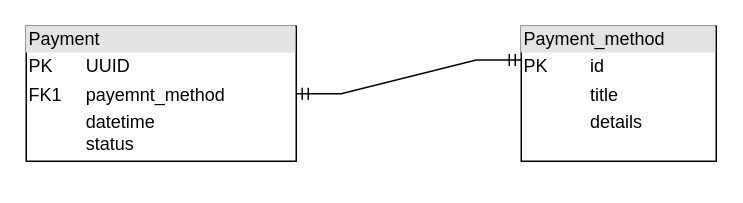
manniloff/EShop keeps this draw.io diagram as util/Payment db schema.drawio. Above is the earlier version. Source tidied: cells renumbered, new cells numbered last; positions are measured from the earlier drawing's top-left corner, leaving out a move shared by most shapes. Both pictures are drawn from the tidied source at 150%, with x=0, y=0 at pixel (26, 26).
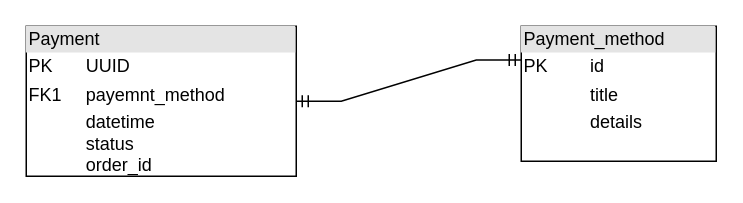
The same diagram, later.

Change to the diagram source:
```diff
@@
 <mxGraphModel>
   <root>
     <mxCell id="0" />
     <mxCell id="1" parent="0" />
-    <mxCell id="2" value="&lt;div style=&quot;box-sizing:border-box;width:100%;background:#e4e4e4;padding:2px;&quot;&gt;Payment&lt;/div&gt;&lt;table style=&quot;width:100%;font-size:1em;&quot; cellpadding=&quot;2&quot; cellspacing=&quot;0&quot;&gt;&lt;tbody&gt;&lt;tr&gt;&lt;td&gt;PK&lt;/td&gt;&lt;td&gt;UUID&lt;/td&gt;&lt;/tr&gt;&lt;tr&gt;&lt;td&gt;FK1&lt;/td&gt;&lt;td&gt;payemnt_method&lt;/td&gt;&lt;/tr&gt;&lt;tr&gt;&lt;td&gt;&lt;/td&gt;&lt;td&gt;datetime&lt;br&gt;status&lt;br&gt;&lt;br&gt;&lt;/td&gt;&lt;/tr&gt;&lt;/tbody&gt;&lt;/table&gt;" style="verticalAlign=top;align=left;overflow=fill;html=1;" parent="1" vertex="1">
-      <mxGeometry width="180" height="90" as="geometry" />
+    <mxCell id="2" value="&lt;div style=&quot;box-sizing:border-box;width:100%;background:#e4e4e4;padding:2px;&quot;&gt;Payment&lt;/div&gt;&lt;table style=&quot;width:100%;font-size:1em;&quot; cellpadding=&quot;2&quot; cellspacing=&quot;0&quot;&gt;&lt;tbody&gt;&lt;tr&gt;&lt;td&gt;PK&lt;/td&gt;&lt;td&gt;UUID&lt;/td&gt;&lt;/tr&gt;&lt;tr&gt;&lt;td&gt;FK1&lt;/td&gt;&lt;td&gt;payemnt_method&lt;/td&gt;&lt;/tr&gt;&lt;tr&gt;&lt;td&gt;&lt;/td&gt;&lt;td&gt;datetime&lt;br&gt;status&lt;br&gt;order_id&lt;br&gt;&lt;br&gt;&lt;/td&gt;&lt;/tr&gt;&lt;/tbody&gt;&lt;/table&gt;" style="verticalAlign=top;align=left;overflow=fill;html=1;" parent="1" vertex="1">
+      <mxGeometry width="180" height="100" as="geometry" />
     </mxCell>
     <mxCell id="3" value="&lt;div style=&quot;box-sizing:border-box;width:100%;background:#e4e4e4;padding:2px;&quot;&gt;Payment_method&lt;/div&gt;&lt;table style=&quot;width:100%;font-size:1em;&quot; cellpadding=&quot;2&quot; cellspacing=&quot;0&quot;&gt;&lt;tbody&gt;&lt;tr&gt;&lt;td&gt;PK&lt;/td&gt;&lt;td&gt;id&lt;/td&gt;&lt;/tr&gt;&lt;tr&gt;&lt;td&gt;&lt;br&gt;&lt;/td&gt;&lt;td&gt;title&lt;/td&gt;&lt;/tr&gt;&lt;tr&gt;&lt;td&gt;&lt;/td&gt;&lt;td&gt;details&lt;/td&gt;&lt;/tr&gt;&lt;/tbody&gt;&lt;/table&gt;" style="verticalAlign=top;align=left;overflow=fill;html=1;" parent="1" vertex="1">
       <mxGeometry x="330" width="130" height="90" as="geometry" />
     </mxCell>
     <mxCell id="4" style="edgeStyle=entityRelationEdgeStyle;fontSize=12;html=1;endArrow=ERmandOne;startArrow=ERmandOne;rounded=0;exitX=1;exitY=0.5;exitDx=0;exitDy=0;entryX=0;entryY=0.25;entryDx=0;entryDy=0;" parent="1" edge="1" source="2" target="3">
       <mxGeometry relative="1" as="geometry" />
     </mxCell>
   </root>
 </mxGraphModel>
```
